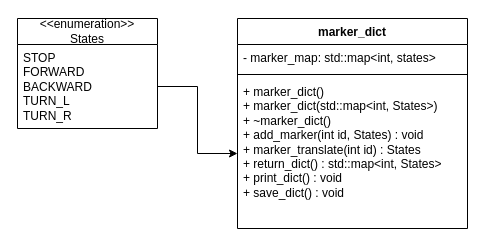
Earlier version of the draw.io diagram computer_vision_cpp/interim/class_diagram_reader.drawio (mxwlc/ee2project-2024-robot-power). Source tidied: cells renumbered, new cells numbered last; positions are measured from the earlier drawing's top-left corner, leaving out a move shared by most shapes. Both pictures are drawn from the tidied source at 100%, with x=0, y=0 at pixel (17, 18).
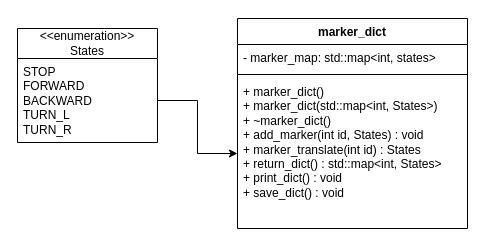
The same diagram, later.

Change to the diagram source:
```diff
@@
 <mxGraphModel>
   <root>
     <mxCell id="0" />
     <mxCell id="1" parent="0" />
     <mxCell id="2" value="marker_dict" style="swimlane;fontStyle=1;align=center;verticalAlign=top;horizontal=1;startSize=26;whiteSpace=wrap;html=1;" parent="1" vertex="1">
       <mxGeometry x="220" width="230" height="210" as="geometry" />
     </mxCell>
     <mxCell id="3" value="- marker_map: std::map&amp;lt;int, states&amp;gt;" style="text;strokeColor=none;fillColor=none;align=left;verticalAlign=top;spacingLeft=4;spacingRight=4;overflow=hidden;whiteSpace=wrap;html=1;" parent="2" vertex="1">
       <mxGeometry y="26" width="230" height="26" as="geometry" />
     </mxCell>
     <mxCell id="4" style="line;strokeWidth=1;fillColor=none;align=left;verticalAlign=middle;spacingTop=-1;spacingLeft=3;spacingRight=3;labelPosition=right;strokeColor=inherit;" parent="2" vertex="1">
       <mxGeometry y="52" width="230" height="8" as="geometry" />
     </mxCell>
     <mxCell id="5" value="&lt;div&gt;+ marker_dict()&lt;br&gt;&lt;/div&gt;&lt;div&gt;+ marker_dict(std::map&amp;lt;int, States&amp;gt;)&lt;/div&gt;&lt;div&gt;+ ~marker_dict()&lt;/div&gt;&lt;div&gt;+ add_marker(int id, States) : void&lt;/div&gt;&lt;div&gt;+ marker_translate(int id) : States&lt;/div&gt;&lt;div&gt;+ return_dict() : std::map&amp;lt;int, States&amp;gt; &lt;br&gt;&lt;/div&gt;&lt;div&gt;+ print_dict() : void&lt;/div&gt;&lt;div&gt;+ save_dict() : void&lt;br&gt;&lt;/div&gt;" style="text;strokeColor=none;fillColor=none;align=left;verticalAlign=top;spacingLeft=4;spacingRight=4;overflow=hidden;points=[[0,0.5],[1,0.5]];portConstraint=eastwest;whiteSpace=wrap;html=1;" parent="2" vertex="1">
       <mxGeometry y="60" width="230" height="150" as="geometry" />
     </mxCell>
-    <mxCell id="6" value="&lt;div&gt;&amp;lt;&amp;lt;enumeration&amp;gt;&amp;gt;&lt;/div&gt;&lt;div&gt;States&lt;br&gt;&lt;/div&gt;" style="swimlane;fontStyle=0;horizontal=1;startSize=26;fillColor=none;whiteSpace=wrap;html=1;" parent="1" vertex="1">
-      <mxGeometry width="140" height="110" as="geometry" />
+    <mxCell id="6" value="&lt;div&gt;&amp;lt;&amp;lt;enumeration&amp;gt;&amp;gt;&lt;/div&gt;&lt;div&gt;States&lt;br&gt;&lt;/div&gt;" style="swimlane;fontStyle=0;horizontal=1;startSize=30;fillColor=none;whiteSpace=wrap;html=1;" parent="1" vertex="1">
+      <mxGeometry y="10" width="140" height="114" as="geometry" />
     </mxCell>
     <mxCell id="7" value="&lt;div&gt;STOP&lt;/div&gt;&lt;div&gt;FORWARD&lt;/div&gt;&lt;div&gt;BACKWARD&lt;/div&gt;&lt;div&gt;TURN_L&lt;/div&gt;&lt;div&gt;TURN_R&lt;br&gt;&lt;/div&gt;" style="text;strokeColor=none;fillColor=none;align=left;verticalAlign=top;spacingLeft=4;spacingRight=4;overflow=hidden;points=[[0,0.5],[1,0.5]];portConstraint=eastwest;whiteSpace=wrap;html=1;" parent="6" vertex="1">
-      <mxGeometry y="26" width="140" height="84" as="geometry" />
+      <mxGeometry y="30" width="140" height="84" as="geometry" />
     </mxCell>
     <mxCell id="8" style="edgeStyle=orthogonalEdgeStyle;rounded=0;jettySize=auto;html=1;" parent="1" edge="1" source="7" target="5">
       <mxGeometry relative="1" as="geometry" />
     </mxCell>
   </root>
 </mxGraphModel>
```
